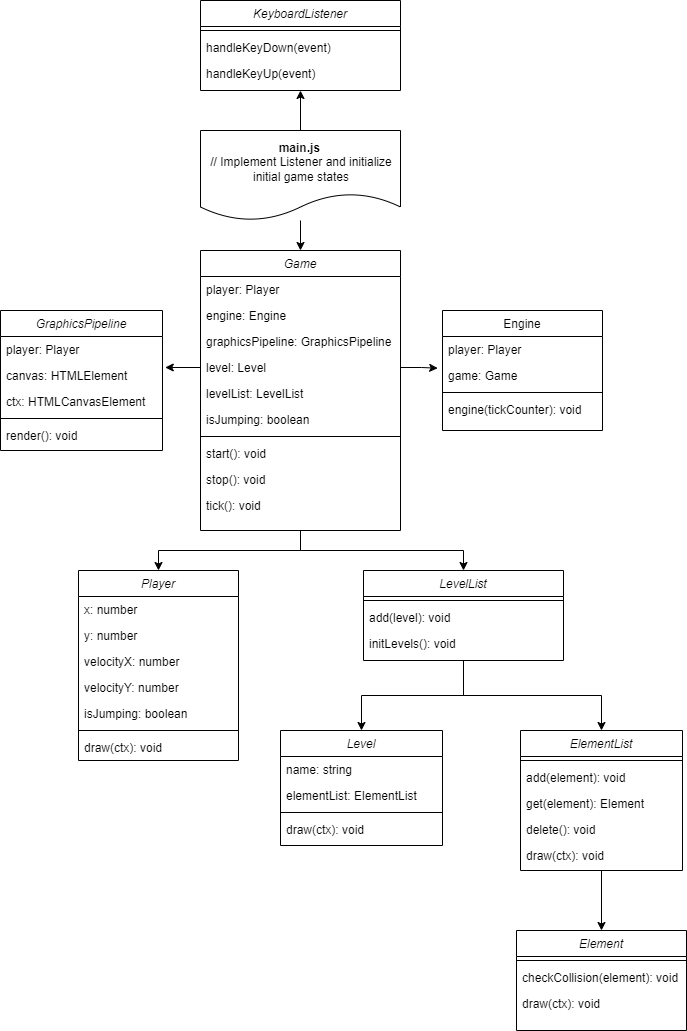
malik-shr/celestial keeps this draw.io diagram as docs/Projektaufbau/uml.png. Above is the earlier version. Source tidied: cells renumbered, new cells last; positions are measured from the earlier drawing's top-left corner, leaving out a move shared by most shapes.
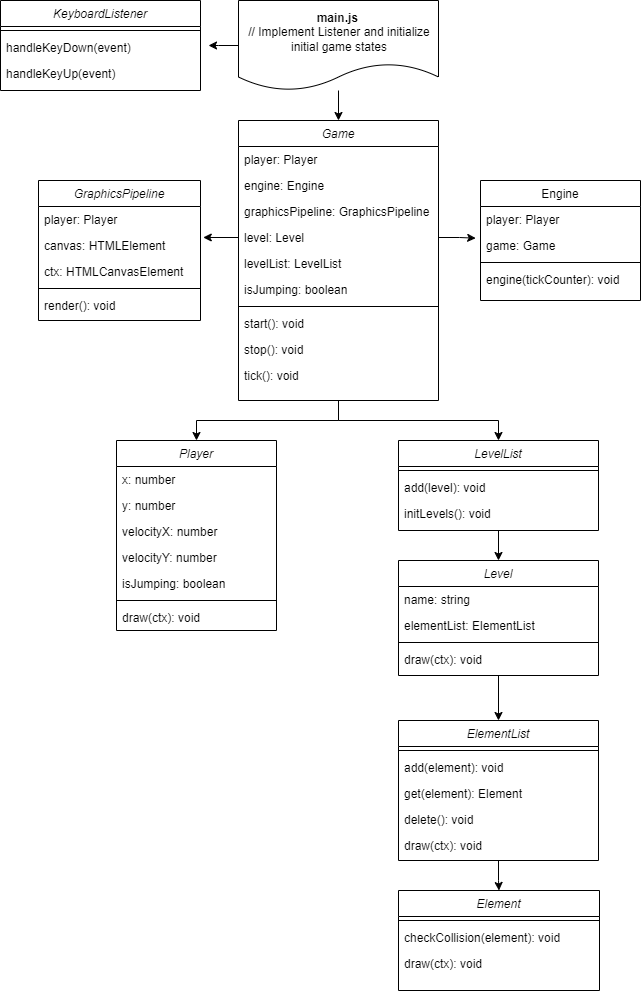
The same diagram one commit later.

Commit message:
Fix error in uml

Change to the diagram source:
```diff
@@ -3,7 +3,7 @@
     <mxCell id="0" />
     <mxCell id="1" parent="0" />
     <mxCell id="2" value="Player" style="swimlane;fontStyle=2;align=center;verticalAlign=top;horizontal=1;startSize=26;rounded=0;shadow=0;strokeWidth=1;" parent="1" vertex="1">
-      <mxGeometry x="78" y="570" width="160" height="190" as="geometry" />
+      <mxGeometry x="78" y="410" width="160" height="190" as="geometry" />
     </mxCell>
     <mxCell id="3" value="x: number" style="text;align=left;verticalAlign=top;spacingLeft=4;spacingRight=4;overflow=hidden;" parent="2" vertex="1">
       <mxGeometry y="26" width="160" height="26" as="geometry" />
@@ -27,7 +27,7 @@
       <mxGeometry y="164" width="160" height="26" as="geometry" />
     </mxCell>
     <mxCell id="10" value="Engine" style="swimlane;fontStyle=0;align=center;verticalAlign=top;horizontal=1;startSize=26;rounded=0;shadow=0;strokeWidth=1;" parent="1" vertex="1">
-      <mxGeometry x="442" y="310" width="160" height="120" as="geometry" />
+      <mxGeometry x="442" y="150" width="160" height="120" as="geometry" />
     </mxCell>
     <mxCell id="11" value="player: Player" style="text;align=left;verticalAlign=top;spacingLeft=4;spacingRight=4;overflow=hidden;" parent="10" vertex="1">
       <mxGeometry y="26" width="160" height="26" as="geometry" />
@@ -48,7 +48,7 @@
       <mxGeometry relative="1" as="geometry" />
     </mxCell>
     <mxCell id="17" value="Game" style="swimlane;fontStyle=2;align=center;verticalAlign=top;horizontal=1;startSize=26;rounded=0;shadow=0;strokeWidth=1;" parent="1" vertex="1">
-      <mxGeometry x="200" y="250" width="200" height="280" as="geometry" />
+      <mxGeometry x="200" y="90" width="200" height="280" as="geometry" />
     </mxCell>
     <mxCell id="18" value="player: Player" style="text;align=left;verticalAlign=top;spacingLeft=4;spacingRight=4;overflow=hidden;" parent="17" vertex="1">
       <mxGeometry y="26" width="200" height="26" as="geometry" />
@@ -81,7 +81,7 @@
       <mxGeometry y="242" width="200" height="26" as="geometry" />
     </mxCell>
     <mxCell id="28" value="GraphicsPipeline" style="swimlane;fontStyle=2;align=center;verticalAlign=top;horizontal=1;startSize=26;rounded=0;shadow=0;strokeWidth=1;" parent="1" vertex="1">
-      <mxGeometry y="310" width="162" height="140" as="geometry" />
+      <mxGeometry y="150" width="162" height="140" as="geometry" />
     </mxCell>
     <mxCell id="29" value="player: Player" style="text;align=left;verticalAlign=top;spacingLeft=4;spacingRight=4;overflow=hidden;" parent="28" vertex="1">
       <mxGeometry y="26" width="162" height="26" as="geometry" />
@@ -99,55 +99,58 @@
       <mxGeometry y="112" width="162" height="26" as="geometry" />
     </mxCell>
     <mxCell id="34" value="Element" style="swimlane;fontStyle=2;align=center;verticalAlign=top;horizontal=1;startSize=26;rounded=0;shadow=0;strokeWidth=1;" parent="1" vertex="1">
-      <mxGeometry x="516" y="930" width="170" height="100" as="geometry" />
+      <mxGeometry x="360" y="860" width="201" height="100" as="geometry" />
     </mxCell>
     <mxCell id="35" style="line;html=1;strokeWidth=1;align=left;verticalAlign=middle;spacingTop=-1;spacingLeft=3;spacingRight=3;labelPosition=right;" parent="34" vertex="1">
-      <mxGeometry y="26" width="170" height="8" as="geometry" />
+      <mxGeometry y="26" width="201" height="8" as="geometry" />
     </mxCell>
     <mxCell id="36" value="checkCollision(element): void" style="text;align=left;verticalAlign=top;spacingLeft=4;spacingRight=4;overflow=hidden;" parent="34" vertex="1">
-      <mxGeometry y="34" width="170" height="26" as="geometry" />
+      <mxGeometry y="34" width="201" height="26" as="geometry" />
     </mxCell>
     <mxCell id="37" value="draw(ctx): void" style="text;align=left;verticalAlign=top;spacingLeft=4;spacingRight=4;overflow=hidden;" parent="34" vertex="1">
-      <mxGeometry y="60" width="170" height="26" as="geometry" />
+      <mxGeometry y="60" width="201" height="26" as="geometry" />
     </mxCell>
+    <mxCell id="65" style="edgeStyle=orthogonalEdgeStyle;rounded=0;jettySize=auto;html=1;" parent="1" edge="1" source="38" target="44">
+      <mxGeometry relative="1" as="geometry" />
+    </mxCell>
     <mxCell id="38" value="Level" style="swimlane;fontStyle=2;align=center;verticalAlign=top;horizontal=1;startSize=26;rounded=0;shadow=0;strokeWidth=1;" parent="1" vertex="1">
-      <mxGeometry x="280" y="730" width="162" height="115" as="geometry" />
+      <mxGeometry x="360" y="530" width="200" height="115" as="geometry" />
     </mxCell>
     <mxCell id="39" value="name: string" style="text;align=left;verticalAlign=top;spacingLeft=4;spacingRight=4;overflow=hidden;" parent="38" vertex="1">
-      <mxGeometry y="26" width="162" height="26" as="geometry" />
+      <mxGeometry y="26" width="200" height="26" as="geometry" />
     </mxCell>
     <mxCell id="40" value="elementList: ElementList" style="text;align=left;verticalAlign=top;spacingLeft=4;spacingRight=4;overflow=hidden;rounded=0;shadow=0;html=0;" parent="38" vertex="1">
-      <mxGeometry y="52" width="162" height="26" as="geometry" />
+      <mxGeometry y="52" width="200" height="26" as="geometry" />
     </mxCell>
     <mxCell id="41" style="line;html=1;strokeWidth=1;align=left;verticalAlign=middle;spacingTop=-1;spacingLeft=3;spacingRight=3;labelPosition=right;" parent="38" vertex="1">
-      <mxGeometry y="78" width="162" height="8" as="geometry" />
+      <mxGeometry y="78" width="200" height="8" as="geometry" />
     </mxCell>
     <mxCell id="42" value="draw(ctx): void" style="text;align=left;verticalAlign=top;spacingLeft=4;spacingRight=4;overflow=hidden;" parent="38" vertex="1">
-      <mxGeometry y="86" width="162" height="26" as="geometry" />
+      <mxGeometry y="86" width="200" height="26" as="geometry" />
     </mxCell>
-    <mxCell id="43" style="edgeStyle=orthogonalEdgeStyle;rounded=0;jettySize=auto;html=1;" parent="1" edge="1" source="44" target="34">
+    <mxCell id="43" style="edgeStyle=orthogonalEdgeStyle;rounded=0;jettySize=auto;html=1;entryX=0.5;entryY=0;entryDx=0;entryDy=0;" parent="1" edge="1" source="44" target="34">
       <mxGeometry relative="1" as="geometry" />
     </mxCell>
     <mxCell id="44" value="ElementList" style="swimlane;fontStyle=2;align=center;verticalAlign=top;horizontal=1;startSize=26;rounded=0;shadow=0;strokeWidth=1;" parent="1" vertex="1">
-      <mxGeometry x="520" y="730" width="162" height="140" as="geometry" />
+      <mxGeometry x="360" y="690" width="200" height="140" as="geometry" />
     </mxCell>
     <mxCell id="45" style="line;html=1;strokeWidth=1;align=left;verticalAlign=middle;spacingTop=-1;spacingLeft=3;spacingRight=3;labelPosition=right;" parent="44" vertex="1">
-      <mxGeometry y="26" width="162" height="8" as="geometry" />
+      <mxGeometry y="26" width="200" height="8" as="geometry" />
     </mxCell>
     <mxCell id="46" value="add(element): void" style="text;align=left;verticalAlign=top;spacingLeft=4;spacingRight=4;overflow=hidden;" parent="44" vertex="1">
-      <mxGeometry y="34" width="162" height="26" as="geometry" />
+      <mxGeometry y="34" width="200" height="26" as="geometry" />
     </mxCell>
     <mxCell id="47" value="get(element): Element" style="text;align=left;verticalAlign=top;spacingLeft=4;spacingRight=4;overflow=hidden;" parent="44" vertex="1">
-      <mxGeometry y="60" width="162" height="26" as="geometry" />
+      <mxGeometry y="60" width="200" height="26" as="geometry" />
     </mxCell>
     <mxCell id="48" value="delete(): void" style="text;align=left;verticalAlign=top;spacingLeft=4;spacingRight=4;overflow=hidden;" parent="44" vertex="1">
-      <mxGeometry y="86" width="162" height="26" as="geometry" />
+      <mxGeometry y="86" width="200" height="26" as="geometry" />
     </mxCell>
     <mxCell id="49" value="draw(ctx): void" style="text;align=left;verticalAlign=top;spacingLeft=4;spacingRight=4;overflow=hidden;" parent="44" vertex="1">
-      <mxGeometry y="112" width="162" height="26" as="geometry" />
+      <mxGeometry y="112" width="200" height="26" as="geometry" />
     </mxCell>
     <mxCell id="50" value="KeyboardListener" style="swimlane;fontStyle=2;align=center;verticalAlign=top;horizontal=1;startSize=26;rounded=0;shadow=0;strokeWidth=1;" parent="1" vertex="1">
-      <mxGeometry x="200" width="200" height="90" as="geometry" />
+      <mxGeometry x="-38" y="-30" width="200" height="90" as="geometry" />
     </mxCell>
     <mxCell id="51" style="line;html=1;strokeWidth=1;align=left;verticalAlign=middle;spacingTop=-1;spacingLeft=3;spacingRight=3;labelPosition=right;" parent="50" vertex="1">
       <mxGeometry y="26" width="200" height="8" as="geometry" />
@@ -158,23 +161,22 @@
     <mxCell id="53" value="handleKeyUp(event)" style="text;align=left;verticalAlign=top;spacingLeft=4;spacingRight=4;overflow=hidden;" parent="50" vertex="1">
       <mxGeometry y="60" width="200" height="26" as="geometry" />
     </mxCell>
-    <mxCell id="54" style="edgeStyle=orthogonalEdgeStyle;rounded=0;jettySize=auto;html=1;entryX=0.5;entryY=1;entryDx=0;entryDy=0;" parent="1" edge="1" source="56" target="50">
-      <mxGeometry relative="1" as="geometry" />
-    </mxCell>
     <mxCell id="55" style="edgeStyle=orthogonalEdgeStyle;rounded=0;jettySize=auto;html=1;" parent="1" edge="1" source="56" target="17">
       <mxGeometry relative="1" as="geometry" />
     </mxCell>
+    <mxCell id="66" style="edgeStyle=orthogonalEdgeStyle;rounded=0;jettySize=auto;html=1;" parent="1" edge="1" source="56">
+      <mxGeometry relative="1" as="geometry">
+        <mxPoint x="170" y="15" as="targetPoint" />
+      </mxGeometry>
+    </mxCell>
     <mxCell id="56" value="&lt;div style=&quot;text-align: center;&quot;&gt;&lt;span style=&quot;background-color: initial; text-align: left;&quot;&gt;&lt;b&gt;main.js&amp;nbsp;&lt;/b&gt;&lt;/span&gt;&lt;/div&gt;&lt;div style=&quot;text-align: center;&quot;&gt;&lt;span style=&quot;background-color: initial; text-align: left;&quot;&gt;// Implement Listener and initialize initial game states&lt;/span&gt;&lt;br&gt;&lt;/div&gt;" style="shape=document;whiteSpace=wrap;html=1;boundedLbl=1;align=left;" parent="1" vertex="1">
-      <mxGeometry x="200" y="130" width="200" height="90" as="geometry" />
+      <mxGeometry x="200" y="-30" width="200" height="90" as="geometry" />
     </mxCell>
     <mxCell id="57" style="edgeStyle=orthogonalEdgeStyle;rounded=0;jettySize=auto;html=1;exitX=0.5;exitY=1;exitDx=0;exitDy=0;" parent="1" edge="1" source="59" target="38">
       <mxGeometry relative="1" as="geometry" />
     </mxCell>
-    <mxCell id="58" style="edgeStyle=orthogonalEdgeStyle;rounded=0;jettySize=auto;html=1;" parent="1" edge="1" source="59" target="44">
-      <mxGeometry relative="1" as="geometry" />
-    </mxCell>
     <mxCell id="59" value="LevelList" style="swimlane;fontStyle=2;align=center;verticalAlign=top;horizontal=1;startSize=26;rounded=0;shadow=0;strokeWidth=1;" parent="1" vertex="1">
-      <mxGeometry x="363" y="570" width="200" height="90" as="geometry" />
+      <mxGeometry x="360" y="410" width="200" height="90" as="geometry" />
     </mxCell>
     <mxCell id="60" style="line;html=1;strokeWidth=1;align=left;verticalAlign=middle;spacingTop=-1;spacingLeft=3;spacingRight=3;labelPosition=right;" parent="59" vertex="1">
       <mxGeometry y="26" width="200" height="8" as="geometry" />
```
